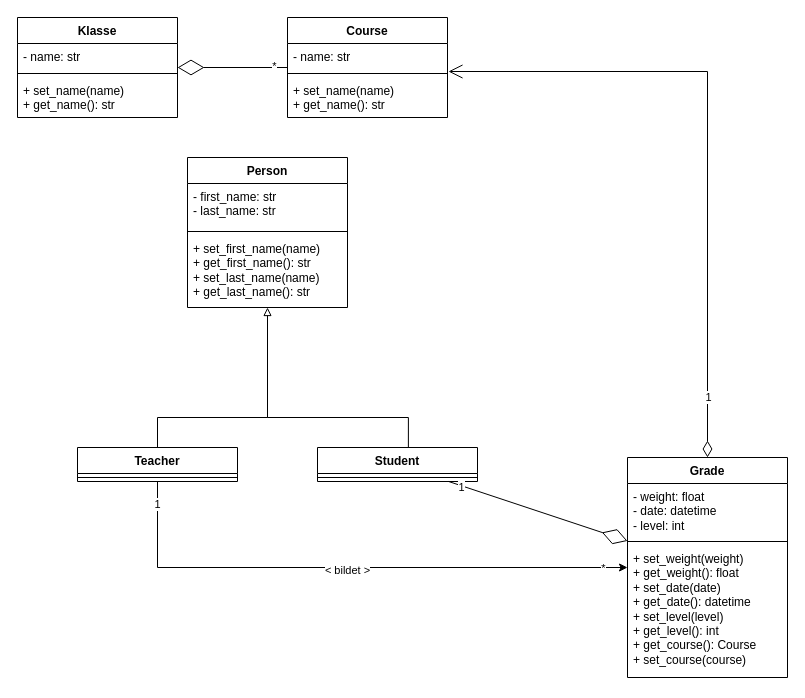
Earlier version of the draw.io diagram drawio.drawio (VinzenzWetzelBS1/nvsSchool). Source tidied: cells renumbered, new cells numbered last; positions are measured from the earlier drawing's top-left corner, leaving out a move shared by most shapes. Both pictures are drawn from the tidied source at 100%, with x=0, y=0 at pixel (17, 17).
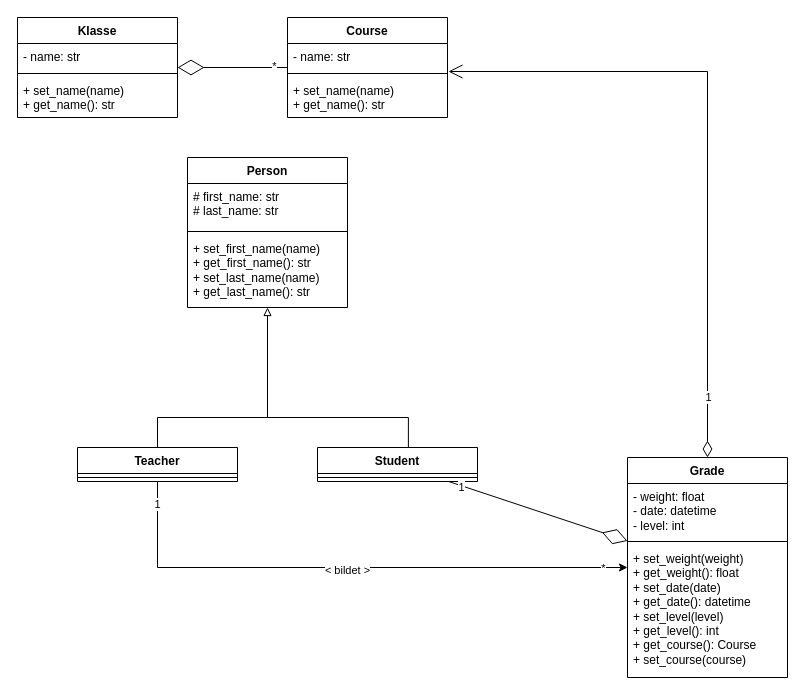
After the change.

Unchanged cells that the change refers to:
```xml
<mxCell id="16" value="Person" style="swimlane;fontStyle=1;align=center;verticalAlign=top;horizontal=1;startSize=26;whiteSpace=wrap;html=1;shadow=0;swimlaneLine=1;" parent="1" vertex="1">
  <mxGeometry x="170" y="140" width="160" height="150" as="geometry" />
</mxCell>
```

Change to the diagram source:
```diff
@@
-    <mxCell id="17" value="- first_name: str&lt;br&gt;- last_name: str" style="text;strokeColor=none;fillColor=none;align=left;verticalAlign=top;spacingLeft=4;spacingRight=4;overflow=hidden;whiteSpace=wrap;html=1;shadow=0;swimlaneLine=1;" parent="16" vertex="1">
+    <mxCell id="17" value="# first_name: str&lt;br&gt;# last_name: str" style="text;strokeColor=none;fillColor=none;align=left;verticalAlign=top;spacingLeft=4;spacingRight=4;overflow=hidden;whiteSpace=wrap;html=1;shadow=0;swimlaneLine=1;" parent="16" vertex="1">
       <mxGeometry y="26" width="160" height="44" as="geometry" />
     </mxCell>
```
